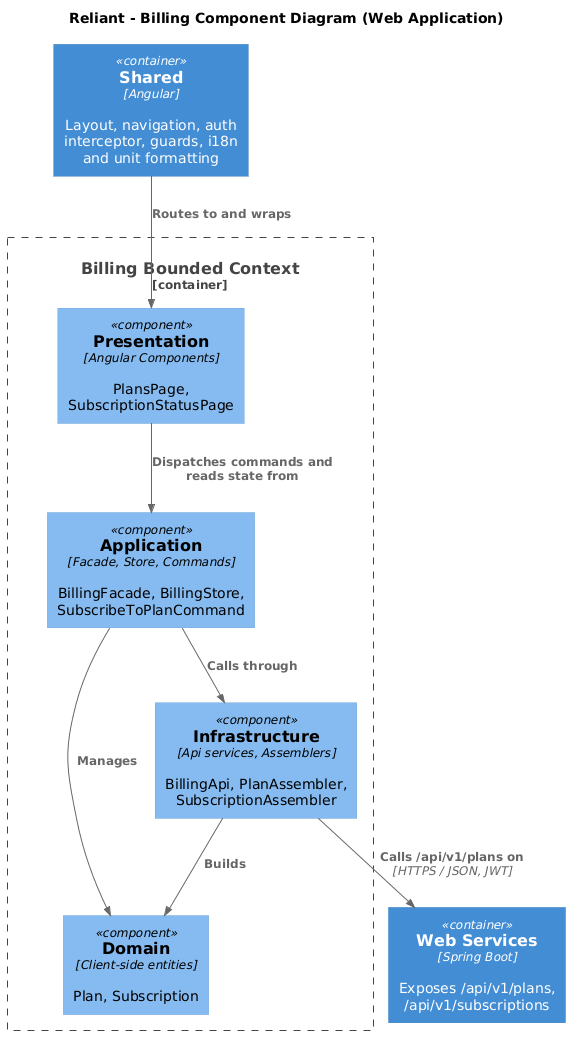
Above: assets/img/4.chapter-iv/4.6.domain-driven-software-architecture/4.6.4.software-architecture-components-diagrams/reliant-c4-components-billing-web-application.png in upc-pre-202620-1asi0729-7753-innovacorp/reliant-report (PlantUML), before the change. The source it was exported from:
```plantuml
@startuml
!includeurl https://raw.githubusercontent.com/plantuml-stdlib/C4-PlantUML/master/C4_Component.puml

title Reliant - Billing Component Diagram (Web Application)

Container(api, "Web Services", "Spring Boot", "Exposes /api/v1/plans, /api/v1/subscriptions")
Container(shared, "Shared", "Angular", "Layout, navigation, auth interceptor, guards, i18n and unit formatting")

Container_Boundary(bc, "Billing Bounded Context") {
    Component(presentation, "Presentation", "Angular Components", "PlansPage, SubscriptionStatusPage")
    Component(application, "Application", "Facade, Store, Commands", "BillingFacade, BillingStore, SubscribeToPlanCommand")
    Component(domain, "Domain", "Client-side entities", "Plan, Subscription")
    Component(infrastructure, "Infrastructure", "Api services, Assemblers", "BillingApi, PlanAssembler, SubscriptionAssembler")
}

Rel(shared, presentation, "Routes to and wraps")
Rel(presentation, application, "Dispatches commands and reads state from")
Rel(application, domain, "Manages")
Rel(application, infrastructure, "Calls through")
Rel(infrastructure, domain, "Builds")
Rel(infrastructure, api, "Calls /api/v1/plans on", "HTTPS / JSON, JWT")
@enduml
```
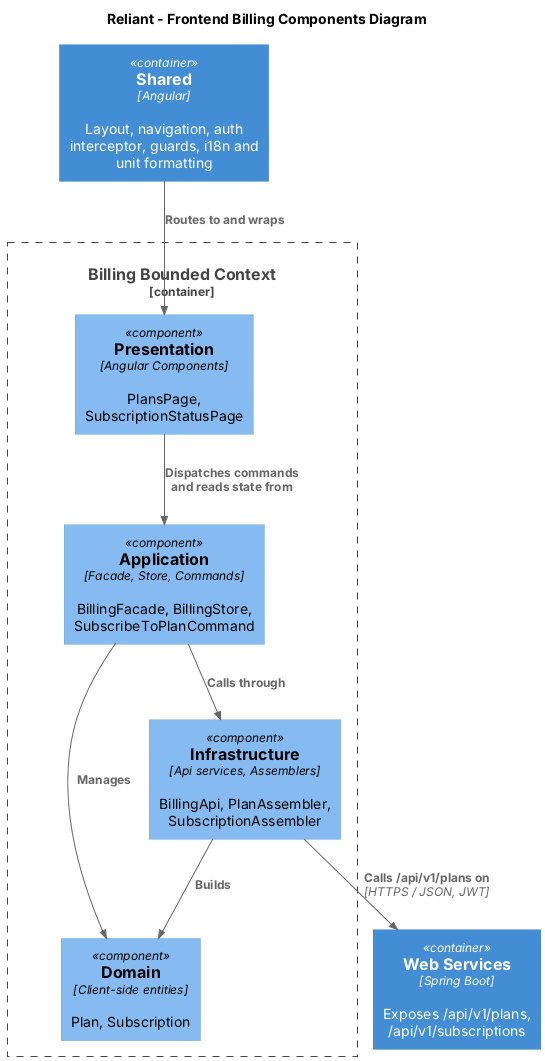
After the commit.

The edit, as a diff of the source:
```diff
@@ -1,7 +1,7 @@
-@startuml
+@startuml "Components-Billing-Frontend"
 !includeurl https://raw.githubusercontent.com/plantuml-stdlib/C4-PlantUML/master/C4_Component.puml
 
-title Reliant - Billing Component Diagram (Web Application)
+title Reliant - Frontend Billing Components Diagram
 
 Container(api, "Web Services", "Spring Boot", "Exposes /api/v1/plans, /api/v1/subscriptions")
 Container(shared, "Shared", "Angular", "Layout, navigation, auth interceptor, guards, i18n and unit formatting")
```
